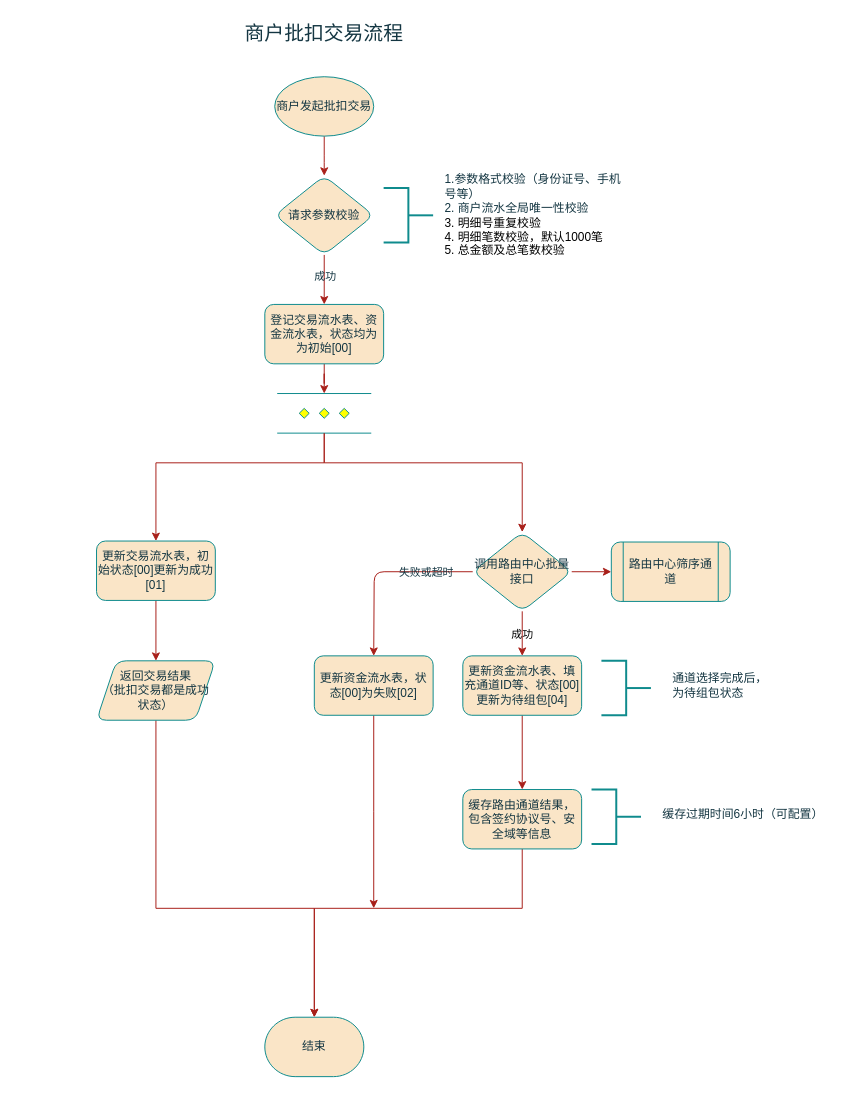
This is page "商户批扣交易流程" (2 of 9) of 代收服务.drawio from gaofv/draw, a draw.io file, before an edit. Source tidied: cells renumbered, new cells numbered last; positions are measured from the earlier drawing's top-left corner, leaving out a move shared by most shapes. Both pictures are drawn from the tidied source at 99%, with x=0, y=0 at pixel (96, 17).
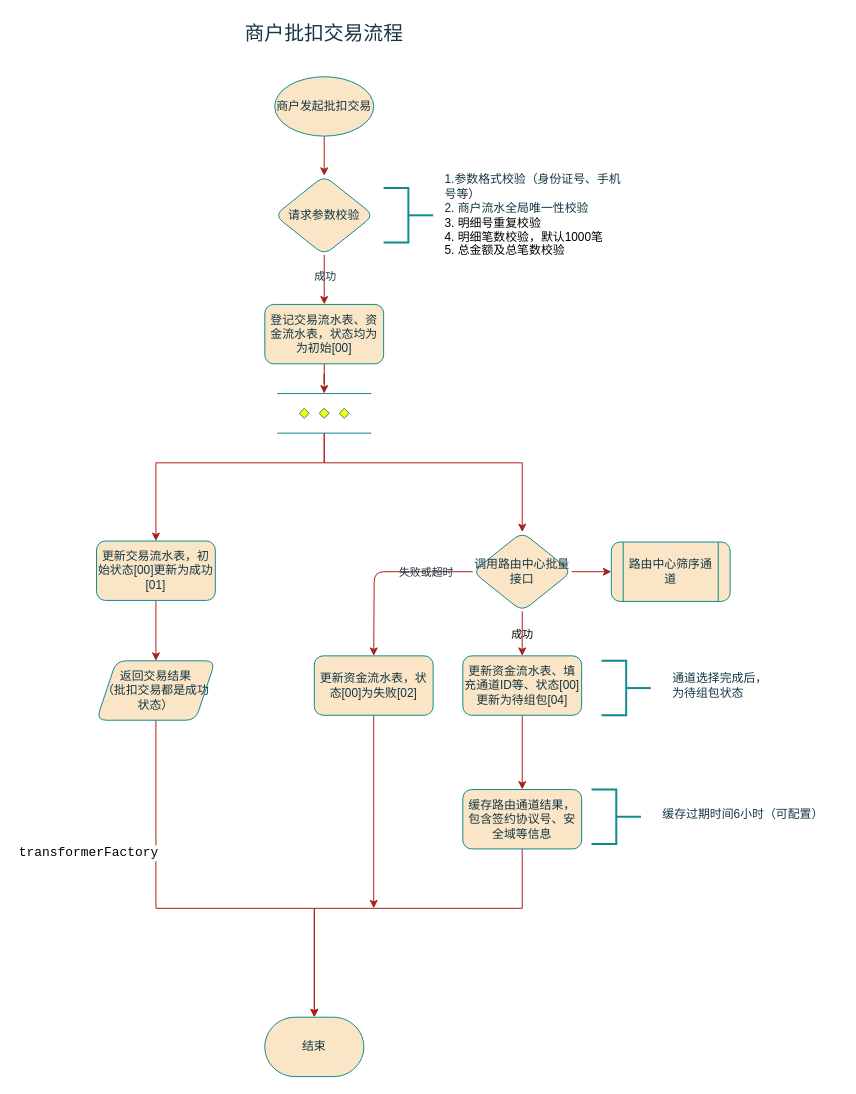
After the change.

The edit, as a diff of the source:
```diff
@@
+    <mxCell id="36" value="&lt;div style=&quot;background-color: rgb(255, 255, 255); color: rgb(8, 8, 8); font-family: &amp;quot;JetBrains Mono&amp;quot;, monospace; font-size: 9.8pt;&quot;&gt;&lt;span style=&quot;color:#000000;&quot;&gt;transformerFactory&lt;/span&gt;&lt;/div&gt;" style="text;whiteSpace=wrap;html=1;" parent="1" vertex="1">
+      <mxGeometry x="-80" y="830" width="180" height="40" as="geometry" />
+    </mxCell>
```
